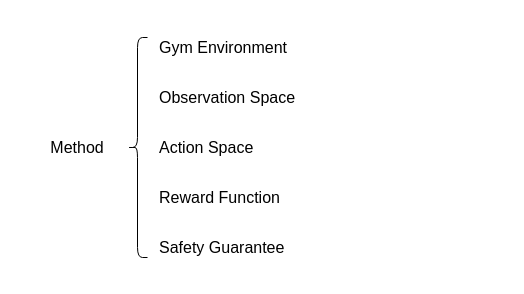
Above: page "Page-2" (2 of 2) of Untitled Diagram.drawio in Gaoyuan-Liu/debug (draw.io), before the change. Source tidied: cells renumbered, new cells numbered last; positions are measured from the earlier drawing's top-left corner, leaving out a move shared by most shapes. Both pictures are drawn from the tidied source at 100%, with x=0, y=0 at pixel (17, 17).
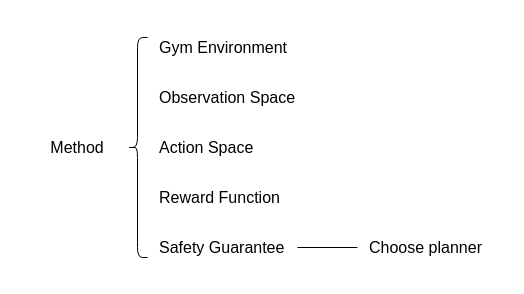
After the change.

The edit, as a diff of the source:
```diff
@@
 <mxGraphModel>
   <root>
     <mxCell id="0" />
     <mxCell id="1" parent="0" />
     <mxCell id="2" value="Method" style="rounded=0;whiteSpace=wrap;html=1;strokeColor=none;fontSize=16;" parent="1" vertex="1">
       <mxGeometry y="100" width="120" height="60" as="geometry" />
     </mxCell>
     <mxCell id="3" style="shape=curlyBracket;whiteSpace=wrap;html=1;rounded=1;" parent="1" vertex="1">
       <mxGeometry x="110" y="20" width="20" height="220" as="geometry" />
     </mxCell>
     <mxCell id="4" value="Gym Environment&amp;nbsp;" style="rounded=0;whiteSpace=wrap;html=1;strokeColor=none;fontSize=16;align=left;" parent="1" vertex="1">
       <mxGeometry x="140" width="166" height="60" as="geometry" />
     </mxCell>
     <mxCell id="5" value="Observation Space" style="rounded=0;whiteSpace=wrap;html=1;strokeColor=none;fontSize=16;align=left;" parent="1" vertex="1">
       <mxGeometry x="140" y="50" width="166" height="60" as="geometry" />
     </mxCell>
     <mxCell id="6" value="Action Space" style="rounded=0;whiteSpace=wrap;html=1;strokeColor=none;fontSize=16;align=left;" parent="1" vertex="1">
       <mxGeometry x="140" y="100" width="166" height="60" as="geometry" />
     </mxCell>
     <mxCell id="7" value="Safety Guarantee" style="rounded=0;whiteSpace=wrap;html=1;strokeColor=none;fontSize=16;align=left;" parent="1" vertex="1">
-      <mxGeometry x="140" y="200" width="166" height="60" as="geometry" />
+      <mxGeometry x="140" y="200" width="140" height="60" as="geometry" />
     </mxCell>
     <mxCell id="8" value="Reward Function" style="rounded=0;whiteSpace=wrap;html=1;strokeColor=none;fontSize=16;align=left;" parent="1" vertex="1">
       <mxGeometry x="140" y="150" width="166" height="60" as="geometry" />
     </mxCell>
+    <mxCell id="9" style="endArrow=none;html=1;exitX=1;exitY=0.5;exitDx=0;exitDy=0;" parent="1" edge="1" source="7">
+      <mxGeometry relative="1" as="geometry">
+        <mxPoint x="340" y="230" as="targetPoint" />
+      </mxGeometry>
+    </mxCell>
+    <mxCell id="10" value="Choose planner" style="rounded=0;whiteSpace=wrap;html=1;strokeColor=none;fontSize=16;align=left;" parent="1" vertex="1">
+      <mxGeometry x="350" y="200" width="140" height="60" as="geometry" />
+    </mxCell>
   </root>
 </mxGraphModel>
```
